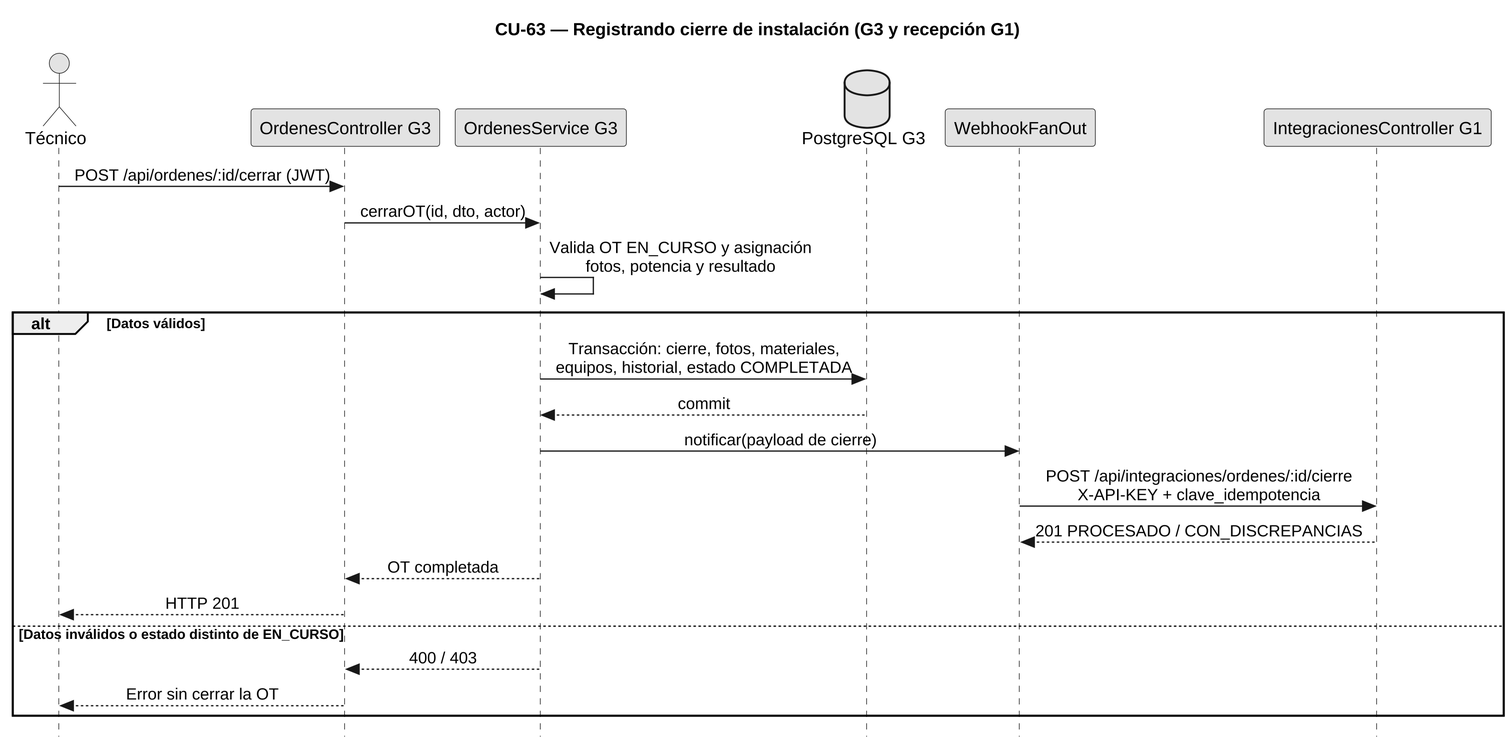
This is diagramas/incremento3/CU63-g3-secuencia.png from FSM-Finet-y-Cable-Magico/Team_1-Inventario-y-Bodega, a PlantUML export, as it was before one commit.
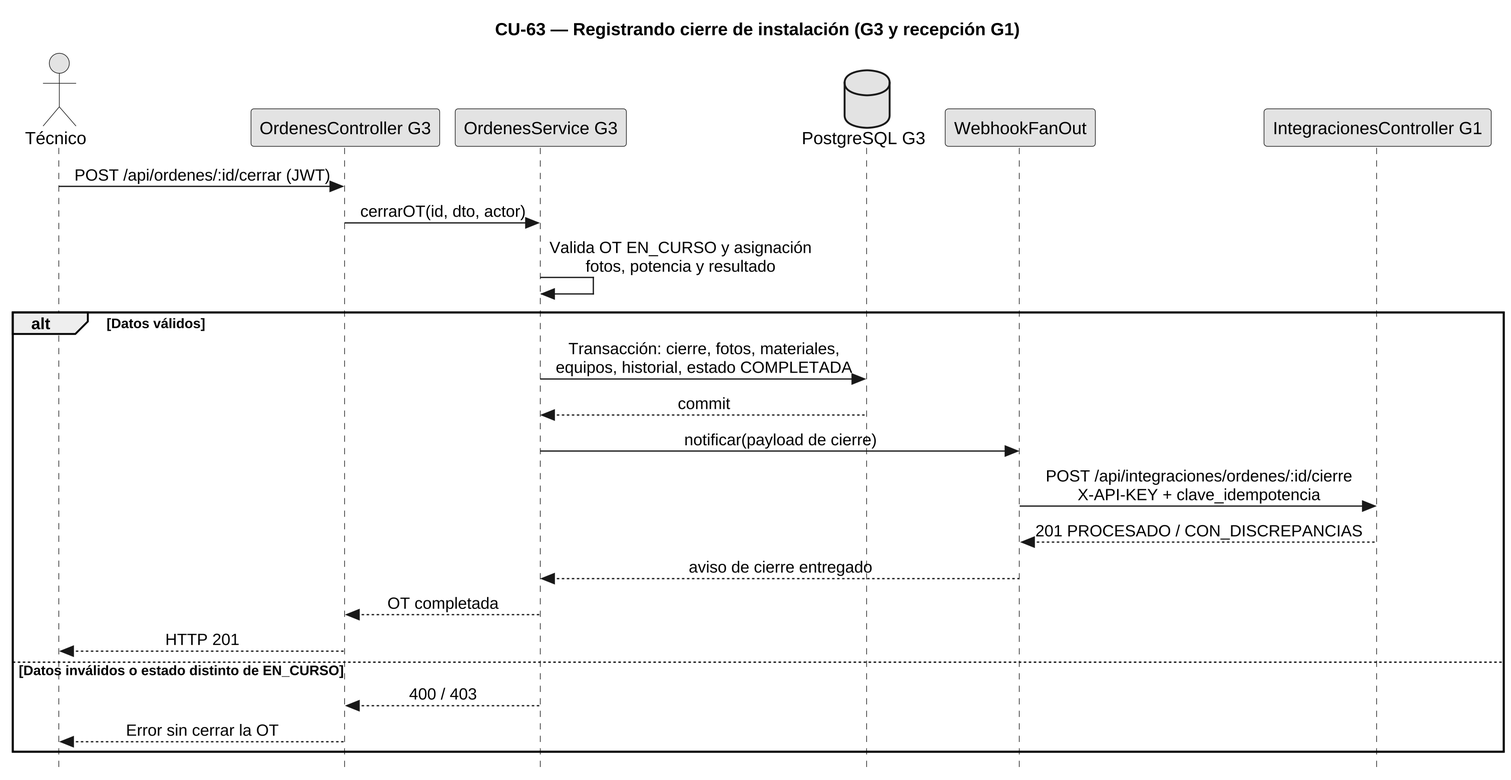
After the change.

Diff of the diagram source:
```diff
@@ -28,6 +28,7 @@
 S -> F : notificar(payload de cierre)
 F -> G1 : POST /api/integraciones/ordenes/:id/cierre\nX-API-KEY + clave_idempotencia
 G1 --> F : 201 PROCESADO / CON_DISCREPANCIAS
+F --> S : aviso de cierre entregado
 S --> C : OT completada
 C --> T : HTTP 201
 else Datos inválidos o estado distinto de EN_CURSO
```
